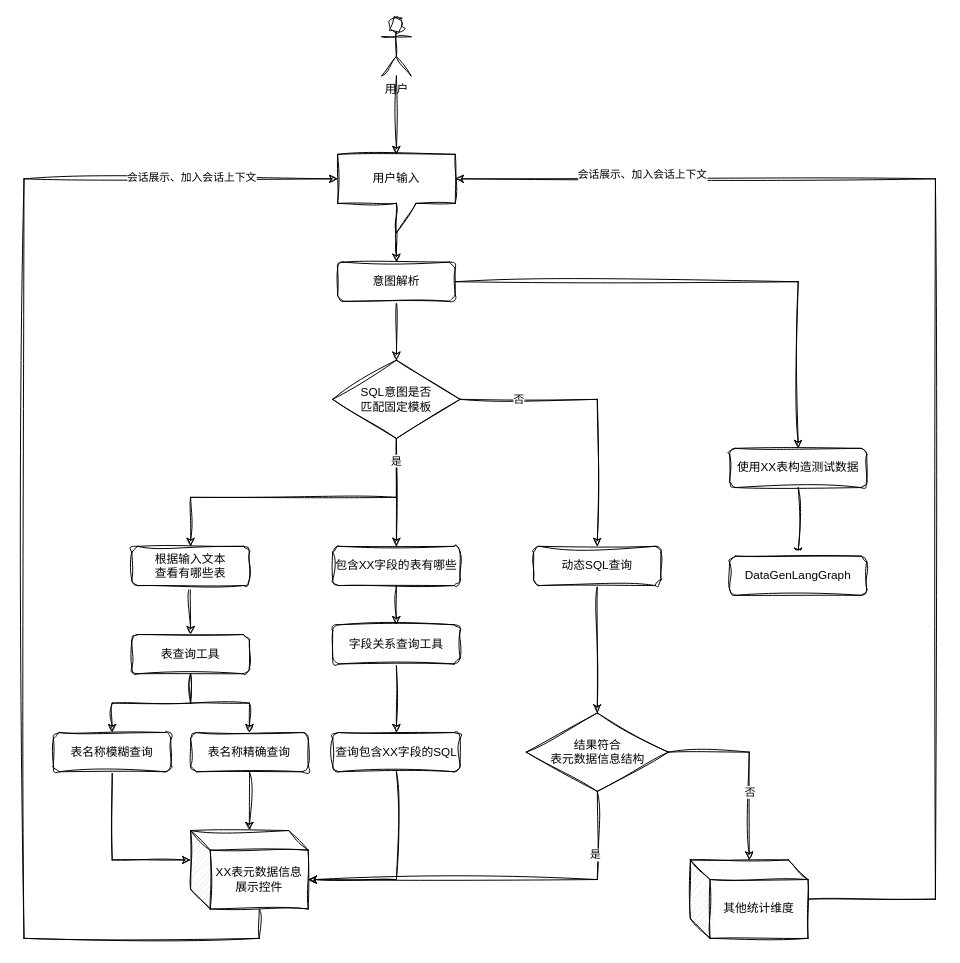
Above: page "chat app" (4 of 4) of design/DataForge.drawio in toddlerya/DataForge (draw.io), before the change. Source tidied: cells renumbered, new cells numbered last; positions are measured from the earlier drawing's top-left corner, leaving out a move shared by most shapes. Both pictures are drawn from the tidied source at 98%, with x=0, y=0 at pixel (24, 17).
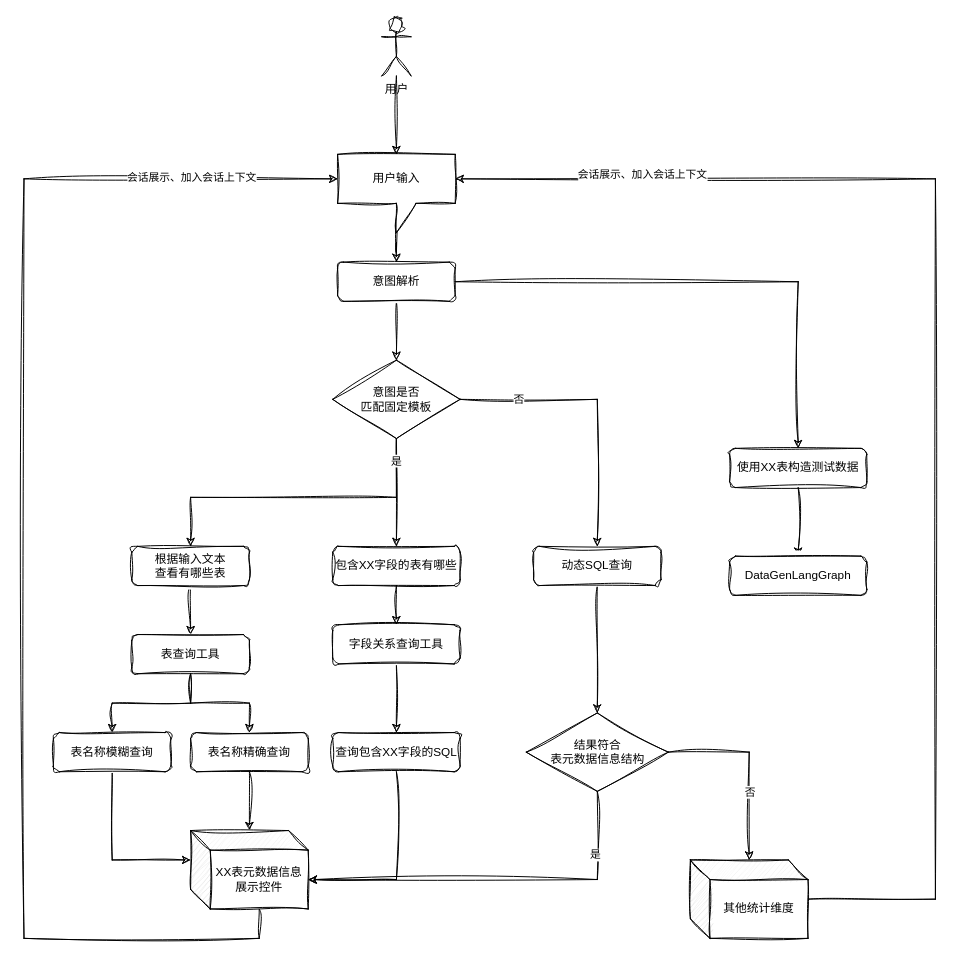
After the change.

Diff of the diagram source:
```diff
@@
-    <mxCell id="35" value="SQL意图是否&lt;div&gt;匹配固定模板&lt;/div&gt;" style="rhombus;whiteSpace=wrap;html=1;sketch=1;hachureGap=4;jiggle=2;curveFitting=1;fontFamily=LXGW WenKai GB Screen R;" parent="1" vertex="1">
+    <mxCell id="35" value="意图是否&lt;div&gt;匹配固定模板&lt;/div&gt;" style="rhombus;whiteSpace=wrap;html=1;sketch=1;hachureGap=4;jiggle=2;curveFitting=1;fontFamily=LXGW WenKai GB Screen R;" parent="1" vertex="1">
       <mxGeometry x="315" y="350" width="130" height="80" as="geometry" />
     </mxCell>
```
